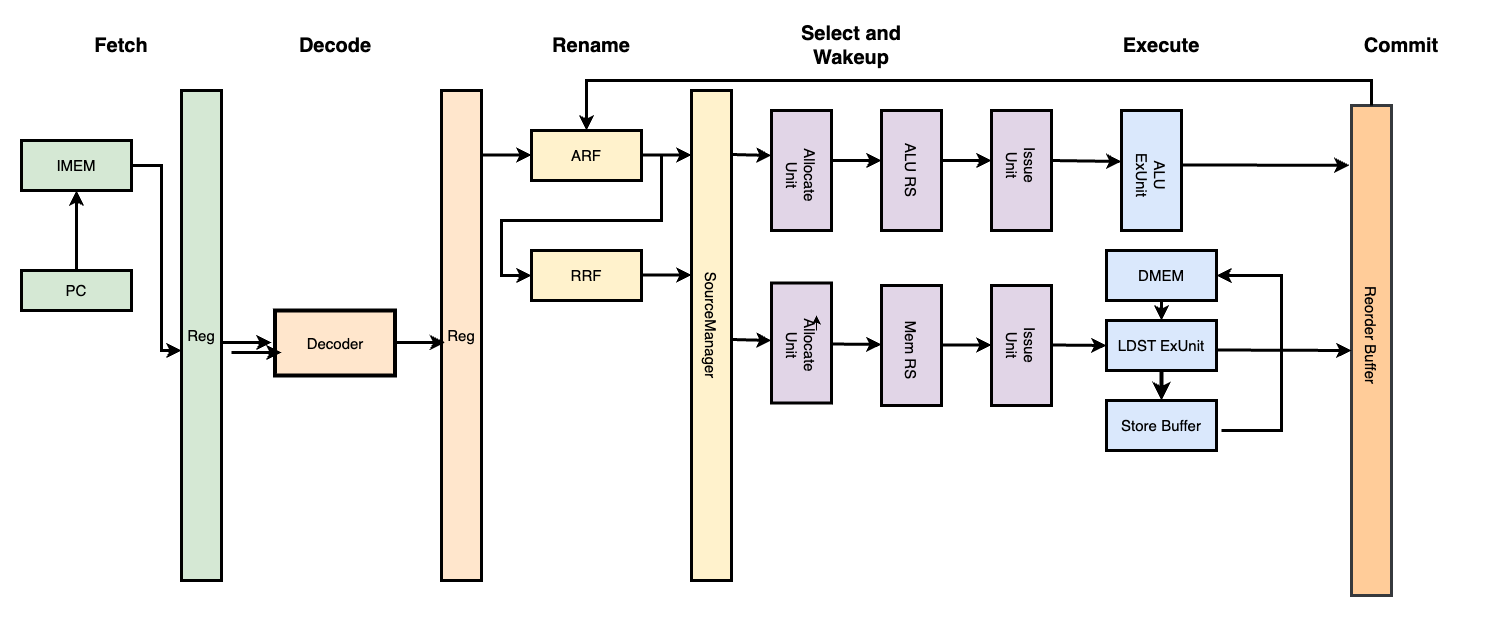
The draw.io diagram docs/HeliosXCore/figures/HeliosXCorePipeline.png in HeliosXCore/HeliosXCore, before a commit. Source tidied: cells renumbered, new cells last; positions are measured from the earlier drawing's top-left corner, leaving out a move shared by most shapes.
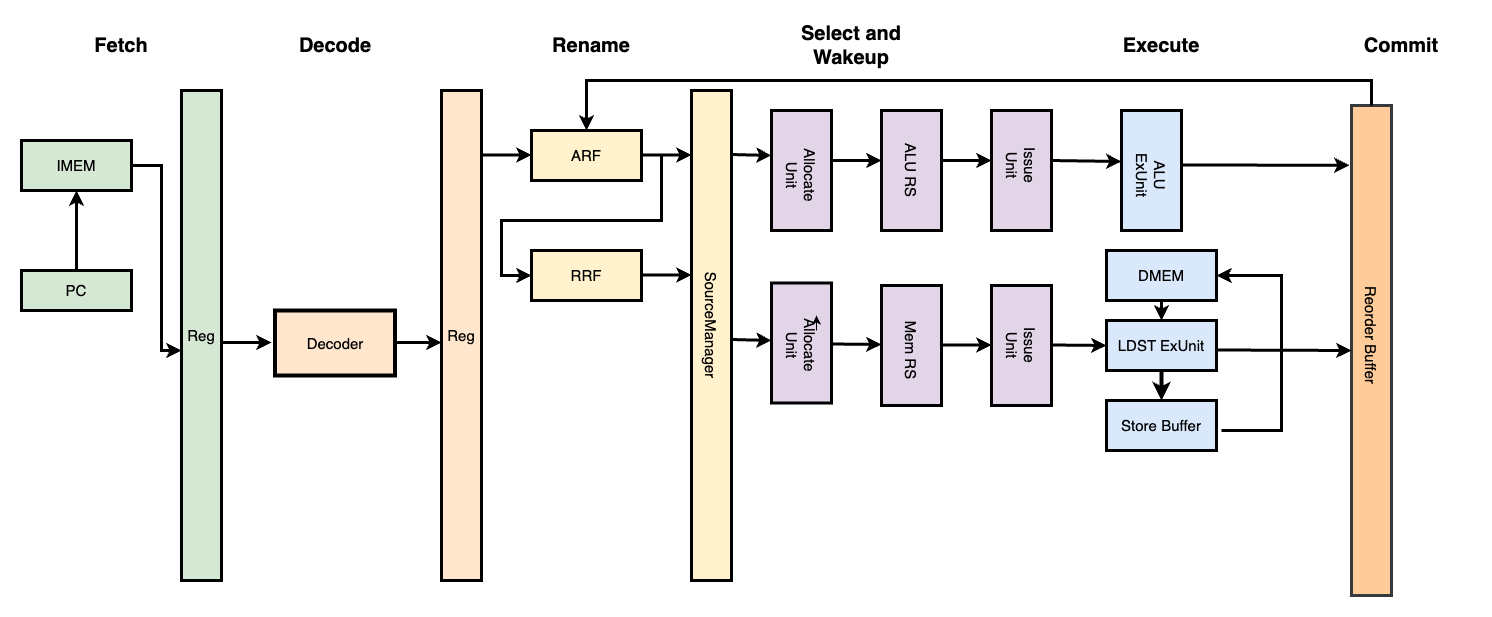
The same file after the commit.

What changed in the source:
```diff
@@ -44,7 +44,7 @@
     <mxCell id="12" style="endArrow=classic;html=1;rounded=0;strokeWidth=3;" parent="1" edge="1">
       <mxGeometry relative="1" as="geometry">
         <mxPoint x="373.5" y="322" as="sourcePoint" />
-        <mxPoint x="423.5" y="322" as="targetPoint" />
+        <mxPoint x="420" y="322" as="targetPoint" />
       </mxGeometry>
     </mxCell>
     <mxCell id="13" value="&lt;span style=&quot;font-size: 15px;&quot;&gt;ARF&lt;/span&gt;" style="rounded=0;whiteSpace=wrap;html=1;fillColor=#fff2cc;strokeColor=#000000;strokeWidth=3;" parent="1" vertex="1">
@@ -117,12 +117,6 @@
     <mxCell id="30" value="&lt;span style=&quot;font-size: 15px;&quot;&gt;Mem RS&lt;/span&gt;" style="text;html=1;align=center;verticalAlign=middle;whiteSpace=wrap;rounded=0;rotation=90;" parent="1" vertex="1">
       <mxGeometry x="855" y="315" width="70" height="30" as="geometry" />
     </mxCell>
-    <mxCell id="31" style="endArrow=classic;html=1;rounded=0;strokeWidth=3;" parent="1" edge="1">
-      <mxGeometry relative="1" as="geometry">
-        <mxPoint x="210" y="332" as="sourcePoint" />
-        <mxPoint x="260" y="332" as="targetPoint" />
-      </mxGeometry>
-    </mxCell>
     <mxCell id="32" style="endArrow=classic;html=1;rounded=0;strokeWidth=3;entryX=0;entryY=0.375;entryDx=0;entryDy=0;entryPerimeter=0;" parent="1" edge="1" target="22">
       <mxGeometry relative="1" as="geometry">
         <mxPoint x="710" y="134" as="sourcePoint" />
```
